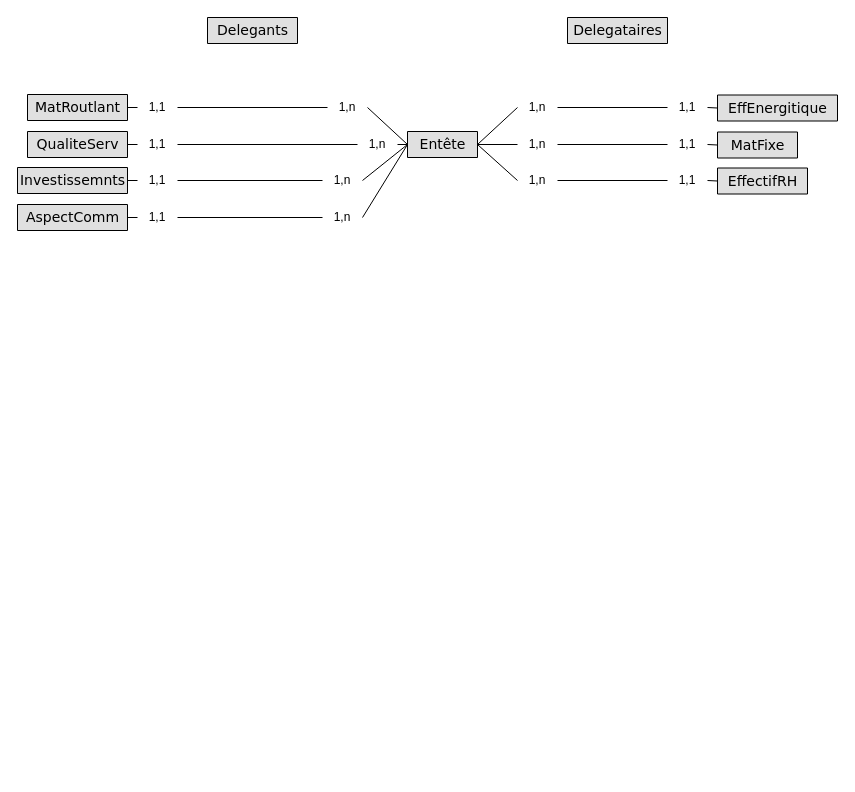
Earlier version of the draw.io diagram page "MCD" (1 of 8) of diagramms/Diagram.drawio (abdorah/stage2021). Source tidied: cells renumbered, new cells numbered last; positions are measured from the earlier drawing's top-left corner, leaving out a move shared by most shapes. Both pictures are drawn from the tidied source at 100%, with x=0, y=0 at pixel (17, 17).
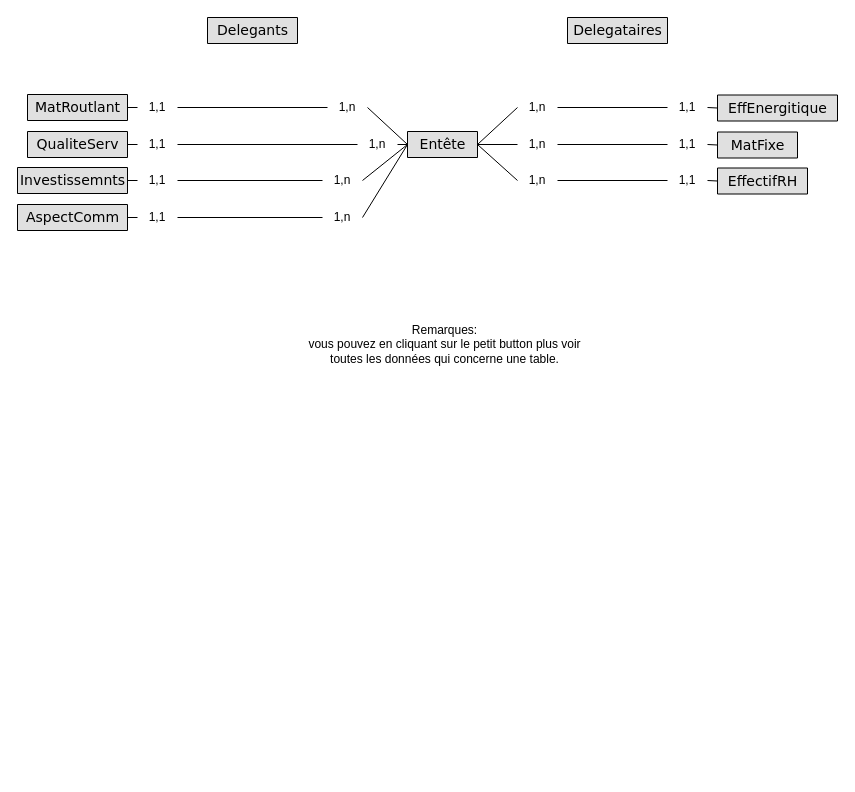
After the change.

Commit message:
ajout de diagramm de SRBD

The edit, as a diff of the source:
```diff
@@
+    <mxCell id="48" value="Remarques:&lt;br&gt;vous pouvez en cliquant sur le petit button plus voir toutes les données qui concerne une table." style="text;html=1;strokeColor=none;fillColor=none;align=center;verticalAlign=middle;whiteSpace=wrap;rounded=0;" parent="1" vertex="1">
+      <mxGeometry x="285" y="300" width="285" height="53" as="geometry" />
+    </mxCell>
```
